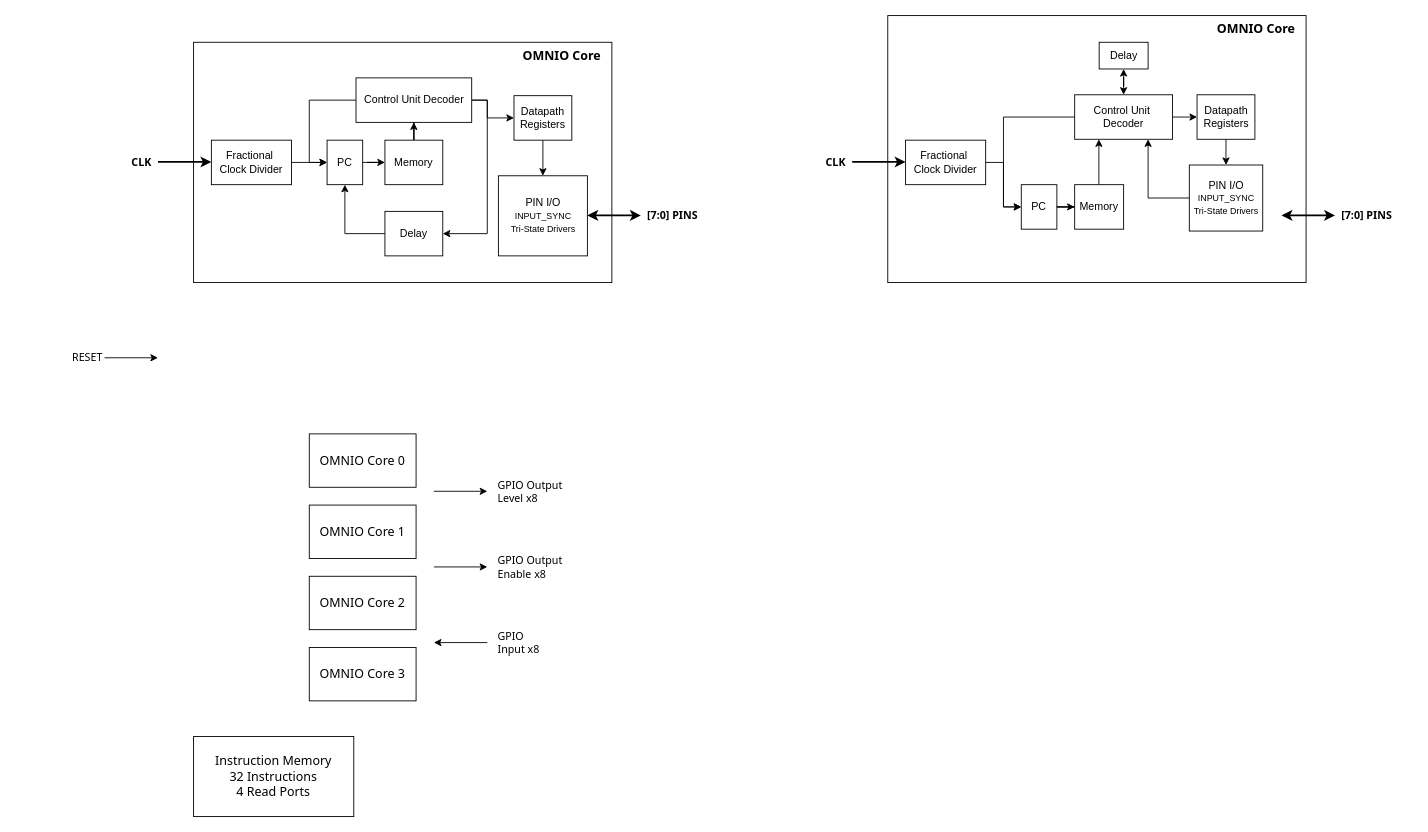
This is page "Page-1" (1 of 2) of docs/omnio-high-level-v2.drawio from jarnail01/omnio, a draw.io file, before an edit. Source tidied: cells renumbered, new cells numbered last; positions are measured from the earlier drawing's top-left corner, leaving out a move shared by most shapes. Both pictures are drawn from the tidied source at 89%, with x=0, y=0 at pixel (15, 15).
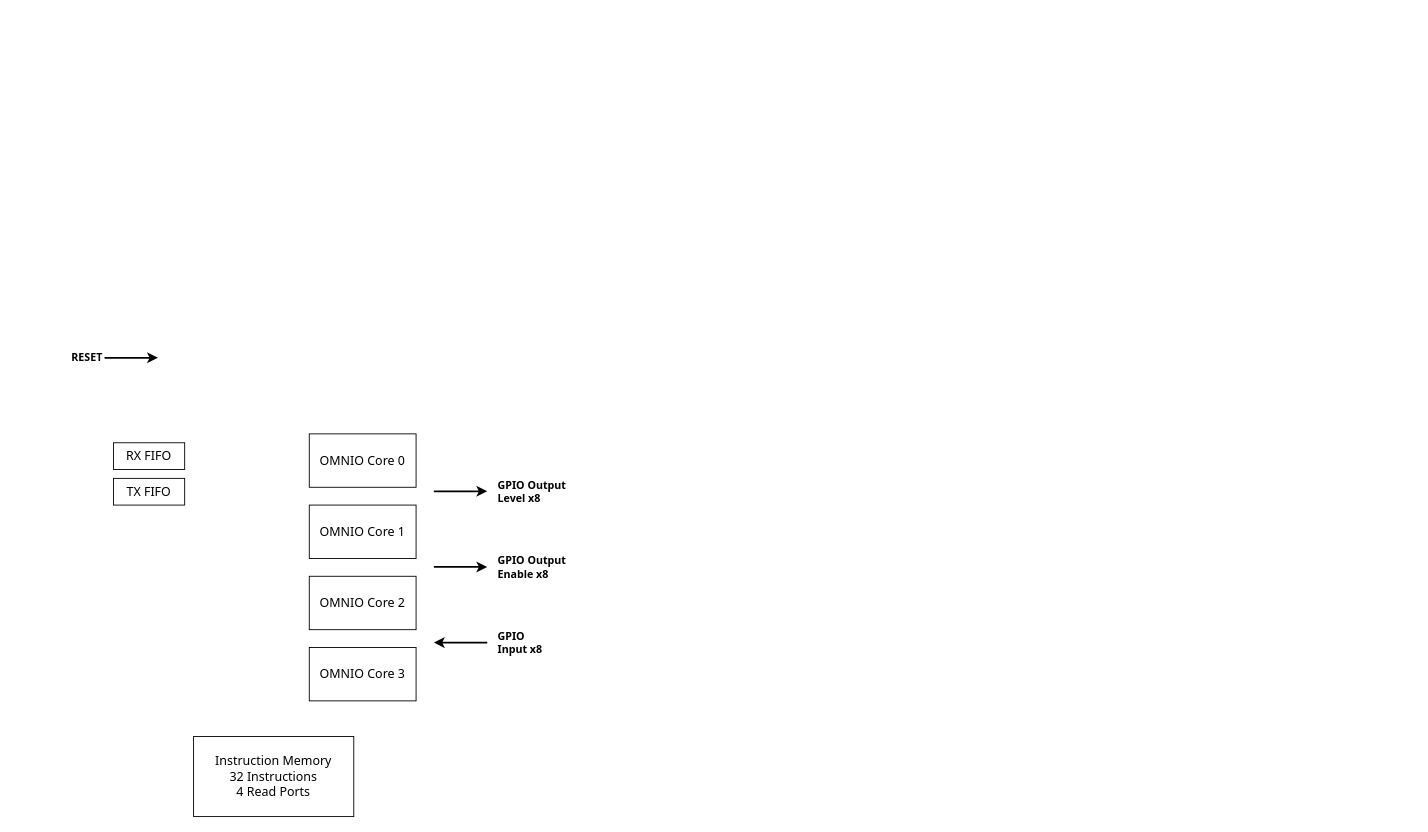
The same page after the edit.

The edit, as a diff of the source:
```diff
@@
-    <mxCell id="2" style="whiteSpace=wrap;html=1;" parent="1" vertex="1">
-      <mxGeometry x="980" width="470" height="300" as="geometry" />
-    </mxCell>
-    <mxCell id="3" style="group;" parent="1" vertex="1">
-      <mxGeometry x="200" y="30" width="470" height="270" as="geometry" />
-    </mxCell>
-    <mxCell id="4" style="whiteSpace=wrap;html=1;" parent="3" vertex="1">
-      <mxGeometry width="470" height="270" as="geometry" />
-    </mxCell>
-    <mxCell id="5" value="&lt;div align=&quot;right&quot;&gt;OMNIO Core&lt;/div&gt;" style="text;html=1;whiteSpace=wrap;strokeColor=none;fillColor=none;align=right;verticalAlign=middle;rounded=0;fontFamily=Tahoma;fontSize=14;spacingRight=10;fontStyle=1;" parent="3" vertex="1">
-      <mxGeometry x="330" width="140" height="30" as="geometry" />
-    </mxCell>
@@
-    <mxCell id="7" value="GPIO Output Level x8" style="text;html=1;whiteSpace=wrap;strokeColor=none;fillColor=none;align=left;verticalAlign=middle;rounded=0;fontFamily=Tahoma;spacing=2;" parent="1" vertex="1">
+    <mxCell id="7" value="GPIO Output Level x8" style="text;html=1;whiteSpace=wrap;strokeColor=none;fillColor=none;align=left;verticalAlign=middle;rounded=0;fontFamily=Tahoma;spacing=2;fontStyle=1;" parent="1" vertex="1">
       <mxGeometry x="540" y="520" width="100" height="30" as="geometry" />
     </mxCell>
-    <mxCell id="8" value="GPIO Output Enable x8" style="text;html=1;whiteSpace=wrap;strokeColor=none;fillColor=none;align=left;verticalAlign=middle;rounded=0;fontFamily=Tahoma;" parent="1" vertex="1">
+    <mxCell id="8" value="GPIO Output Enable x8" style="text;html=1;whiteSpace=wrap;strokeColor=none;fillColor=none;align=left;verticalAlign=middle;rounded=0;fontFamily=Tahoma;fontStyle=1;" parent="1" vertex="1">
       <mxGeometry x="540" y="605" width="100" height="30" as="geometry" />
     </mxCell>
-    <mxCell id="9" value="&lt;div&gt;GPIO&amp;nbsp;&lt;/div&gt;&lt;div&gt;Input&amp;nbsp;x8&lt;/div&gt;" style="text;html=1;whiteSpace=wrap;strokeColor=none;fillColor=none;align=left;verticalAlign=middle;rounded=0;fontFamily=Tahoma;" parent="1" vertex="1">
+    <mxCell id="9" value="&lt;div&gt;GPIO&amp;nbsp;&lt;/div&gt;&lt;div&gt;Input&amp;nbsp;x8&lt;/div&gt;" style="text;html=1;whiteSpace=wrap;strokeColor=none;fillColor=none;align=left;verticalAlign=middle;rounded=0;fontFamily=Tahoma;fontStyle=1;" parent="1" vertex="1">
       <mxGeometry x="540" y="690" width="100" height="30" as="geometry" />
     </mxCell>
@@
-    <mxCell id="15" style="endArrow=classic;html=1;rounded=0;" parent="1" edge="1">
+    <mxCell id="15" style="endArrow=classic;html=1;rounded=0;strokeWidth=2;" parent="1" edge="1">
       <mxGeometry relative="1" as="geometry">
         <mxPoint x="530" y="704.5" as="sourcePoint" />
         <mxPoint x="470" y="704.5" as="targetPoint" />
       </mxGeometry>
     </mxCell>
-    <mxCell id="16" style="endArrow=none;html=1;rounded=0;endFill=0;startArrow=classic;startFill=1;" parent="1" edge="1">
+    <mxCell id="16" style="endArrow=none;html=1;rounded=0;endFill=0;startArrow=classic;startFill=1;strokeWidth=2;" parent="1" edge="1">
       <mxGeometry relative="1" as="geometry">
         <mxPoint x="530" y="619.5" as="sourcePoint" />
         <mxPoint x="470" y="619.5" as="targetPoint" />
       </mxGeometry>
     </mxCell>
-    <mxCell id="17" style="endArrow=none;html=1;rounded=0;endFill=0;startArrow=classic;startFill=1;" parent="1" edge="1">
+    <mxCell id="17" style="endArrow=none;html=1;rounded=0;endFill=0;startArrow=classic;startFill=1;strokeWidth=2;" parent="1" edge="1">
       <mxGeometry relative="1" as="geometry">
         <mxPoint x="530" y="534.5" as="sourcePoint" />
         <mxPoint x="470" y="534.5" as="targetPoint" />
       </mxGeometry>
     </mxCell>
-    <mxCell id="18" style="edgeStyle=orthogonalEdgeStyle;rounded=0;jettySize=auto;html=1;exitX=1;exitY=0.5;exitDx=0;exitDy=0;entryX=0;entryY=0.5;entryDx=0;entryDy=0;" parent="1" edge="1" source="21" target="29">
-      <mxGeometry relative="1" as="geometry">
-        <Array as="points">
-          <mxPoint x="530" y="95" />
-          <mxPoint x="530" y="115" />
-        </Array>
-      </mxGeometry>
-    </mxCell>
-    <mxCell id="19" style="edgeStyle=orthogonalEdgeStyle;rounded=0;jettySize=auto;html=1;exitX=0;exitY=0.5;exitDx=0;exitDy=0;entryX=0;entryY=0.5;entryDx=0;entryDy=0;" parent="1" edge="1" source="21" target="25">
-      <mxGeometry relative="1" as="geometry" />
-    </mxCell>
-    <mxCell id="20" style="edgeStyle=orthogonalEdgeStyle;rounded=0;jettySize=auto;html=1;exitX=1;exitY=0.5;exitDx=0;exitDy=0;entryX=1;entryY=0.5;entryDx=0;entryDy=0;" parent="1" edge="1" source="21" target="27">
-      <mxGeometry relative="1" as="geometry">
-        <Array as="points">
-          <mxPoint x="530" y="95" />
-          <mxPoint x="530" y="245" />
-        </Array>
-      </mxGeometry>
-    </mxCell>
-    <mxCell id="21" value="Control Unit Decoder" style="rounded=0;whiteSpace=wrap;html=1;" parent="1" vertex="1">
-      <mxGeometry x="382.5" y="70" width="130" height="50" as="geometry" />
-    </mxCell>
-    <mxCell id="22" style="edgeStyle=orthogonalEdgeStyle;rounded=0;jettySize=auto;html=1;" parent="1" edge="1" source="23" target="21">
-      <mxGeometry relative="1" as="geometry" />
-    </mxCell>
-    <mxCell id="23" value="Memory" style="rounded=0;whiteSpace=wrap;html=1;" parent="1" vertex="1">
-      <mxGeometry x="415" y="140" width="65" height="50" as="geometry" />
-    </mxCell>
-    <mxCell id="24" style="edgeStyle=orthogonalEdgeStyle;rounded=0;jettySize=auto;html=1;" parent="1" edge="1" source="25" target="23">
-      <mxGeometry relative="1" as="geometry" />
-    </mxCell>
-    <mxCell id="25" value="PC" style="rounded=0;whiteSpace=wrap;html=1;" parent="1" vertex="1">
-      <mxGeometry x="350" y="140" width="40" height="50" as="geometry" />
-    </mxCell>
-    <mxCell id="26" style="edgeStyle=orthogonalEdgeStyle;rounded=0;jettySize=auto;html=1;entryX=0.5;entryY=1;entryDx=0;entryDy=0;" parent="1" edge="1" source="27" target="25">
-      <mxGeometry relative="1" as="geometry" />
-    </mxCell>
-    <mxCell id="27" value="Delay" style="rounded=0;whiteSpace=wrap;html=1;" parent="1" vertex="1">
-      <mxGeometry x="415" y="220" width="65" height="50" as="geometry" />
-    </mxCell>
-    <mxCell id="28" style="edgeStyle=orthogonalEdgeStyle;rounded=0;jettySize=auto;html=1;" parent="1" edge="1" source="29" target="36">
-      <mxGeometry relative="1" as="geometry" />
-    </mxCell>
-    <mxCell id="29" value="&lt;div&gt;Datapath&lt;/div&gt;&lt;div&gt;Registers&lt;/div&gt;" style="rounded=0;whiteSpace=wrap;html=1;" parent="1" vertex="1">
-      <mxGeometry x="560" y="90" width="65" height="50" as="geometry" />
-    </mxCell>
-    <mxCell id="30" value="[7:0] PINS" style="text;html=1;whiteSpace=wrap;strokeColor=none;fillColor=none;align=left;verticalAlign=middle;rounded=0;fontFamily=Tahoma;spacing=2;fontStyle=1;" parent="1" vertex="1">
-      <mxGeometry x="707.5" y="210" width="82.5" height="30" as="geometry" />
-    </mxCell>
-    <mxCell id="31" style="endArrow=classic;html=1;rounded=0;startArrow=classic;startFill=1;strokeWidth=2;" parent="1" edge="1">
-      <mxGeometry relative="1" as="geometry">
-        <mxPoint x="702.5" y="224.5" as="sourcePoint" />
-        <mxPoint x="642.5" y="224.5" as="targetPoint" />
-      </mxGeometry>
-    </mxCell>
-    <mxCell id="32" style="endArrow=none;html=1;rounded=0;endFill=0;startArrow=classic;startFill=1;strokeWidth=2;" parent="1" edge="1">
-      <mxGeometry relative="1" as="geometry">
-        <mxPoint x="220" y="164.5" as="sourcePoint" />
-        <mxPoint x="160" y="164.5" as="targetPoint" />
-      </mxGeometry>
-    </mxCell>
-    <mxCell id="33" style="endArrow=none;html=1;rounded=0;endFill=0;startArrow=classic;startFill=1;" parent="1" edge="1">
+    <mxCell id="33" style="endArrow=none;html=1;rounded=0;endFill=0;startArrow=classic;startFill=1;strokeWidth=2;" parent="1" edge="1">
       <mxGeometry relative="1" as="geometry">
         <mxPoint x="160" y="384.5" as="sourcePoint" />
         <mxPoint x="100" y="384.5" as="targetPoint" />
       </mxGeometry>
     </mxCell>
-    <mxCell id="34" value="&lt;div align=&quot;right&quot;&gt;RESET&lt;/div&gt;" style="text;html=1;whiteSpace=wrap;strokeColor=none;fillColor=none;align=right;verticalAlign=middle;rounded=0;fontFamily=Tahoma;spacing=2;" parent="1" vertex="1">
+    <mxCell id="34" value="&lt;div align=&quot;right&quot;&gt;RESET&lt;/div&gt;" style="text;html=1;whiteSpace=wrap;strokeColor=none;fillColor=none;align=right;verticalAlign=middle;rounded=0;fontFamily=Tahoma;spacing=2;fontStyle=1;" parent="1" vertex="1">
       <mxGeometry y="370" width="100" height="30" as="geometry" />
     </mxCell>
-    <mxCell id="35" value="CLK" style="text;html=1;whiteSpace=wrap;strokeColor=none;fillColor=none;align=right;verticalAlign=middle;rounded=0;fontFamily=Tahoma;spacing=2;fontStyle=1;" parent="1" vertex="1">
-      <mxGeometry x="100" y="150" width="55" height="30" as="geometry" />
-    </mxCell>
-    <mxCell id="36" value="&lt;div&gt;PIN I/O&lt;/div&gt;&lt;div&gt;&lt;font style=&quot;font-size: 10px;&quot;&gt;INPUT_SYNC&lt;/font&gt;&lt;/div&gt;&lt;div&gt;&lt;font style=&quot;font-size: 10px;&quot;&gt;Tri-State Drivers&lt;/font&gt;&lt;/div&gt;" style="rounded=0;whiteSpace=wrap;html=1;" parent="1" vertex="1">
-      <mxGeometry x="542.5" y="180" width="100" height="90" as="geometry" />
-    </mxCell>
-    <mxCell id="37" style="edgeStyle=orthogonalEdgeStyle;rounded=0;jettySize=auto;html=1;" parent="1" edge="1" source="38" target="25">
-      <mxGeometry relative="1" as="geometry" />
-    </mxCell>
-    <mxCell id="38" value="&lt;div&gt;Fractional&amp;nbsp;&lt;/div&gt;&lt;div&gt;Clock Divider&lt;/div&gt;" style="rounded=0;whiteSpace=wrap;html=1;" parent="1" vertex="1">
-      <mxGeometry x="220" y="140" width="90" height="50" as="geometry" />
-    </mxCell>
-    <mxCell id="39" style="edgeStyle=orthogonalEdgeStyle;rounded=0;jettySize=auto;html=1;exitX=1;exitY=0.5;exitDx=0;exitDy=0;entryX=0;entryY=0.5;entryDx=0;entryDy=0;" parent="1" edge="1" source="42" target="57">
-      <mxGeometry relative="1" as="geometry" />
-    </mxCell>
-    <mxCell id="40" style="edgeStyle=orthogonalEdgeStyle;rounded=0;jettySize=auto;html=1;exitX=0;exitY=0.5;exitDx=0;exitDy=0;entryX=0;entryY=0.5;entryDx=0;entryDy=0;" parent="1" edge="1" source="42" target="54">
-      <mxGeometry relative="1" as="geometry" />
-    </mxCell>
-    <mxCell id="41" style="edgeStyle=orthogonalEdgeStyle;rounded=0;jettySize=auto;html=1;startArrow=classic;startFill=1;" parent="1" edge="1" source="42" target="58">
-      <mxGeometry relative="1" as="geometry" />
-    </mxCell>
-    <mxCell id="42" value="&lt;div&gt;Control Unit&amp;nbsp;&lt;/div&gt;&lt;div&gt;Decoder&lt;/div&gt;" style="rounded=0;whiteSpace=wrap;html=1;" parent="1" vertex="1">
-      <mxGeometry x="1190" y="89" width="110" height="50" as="geometry" />
-    </mxCell>
-    <mxCell id="43" style="edgeStyle=orthogonalEdgeStyle;rounded=0;orthogonalLoop=1;jettySize=auto;html=1;" parent="1" edge="1">
-      <mxGeometry relative="1" as="geometry">
-        <mxPoint x="1217.2" y="190" as="sourcePoint" />
-        <mxPoint x="1217.2" y="139" as="targetPoint" />
-        <Array as="points">
-          <mxPoint x="1217.2" y="140" />
-          <mxPoint x="1217.2" y="140" />
-        </Array>
-      </mxGeometry>
-    </mxCell>
-    <mxCell id="44" style="edgeStyle=orthogonalEdgeStyle;rounded=0;jettySize=auto;html=1;" parent="1" edge="1" source="57" target="50">
-      <mxGeometry relative="1" as="geometry" />
-    </mxCell>
-    <mxCell id="45" value="[7:0] PINS" style="text;html=1;whiteSpace=wrap;strokeColor=none;fillColor=none;align=left;verticalAlign=middle;rounded=0;fontFamily=Tahoma;spacing=2;fontStyle=1;" parent="1" vertex="1">
-      <mxGeometry x="1487.5" y="210" width="82.5" height="30" as="geometry" />
-    </mxCell>
-    <mxCell id="46" style="endArrow=classic;html=1;rounded=0;startArrow=classic;startFill=1;strokeWidth=2;" parent="1" edge="1">
-      <mxGeometry relative="1" as="geometry">
-        <mxPoint x="1482.5" y="224.5" as="sourcePoint" />
-        <mxPoint x="1422.5" y="224.5" as="targetPoint" />
-      </mxGeometry>
-    </mxCell>
-    <mxCell id="47" style="endArrow=none;html=1;rounded=0;endFill=0;startArrow=classic;startFill=1;strokeWidth=2;" parent="1" edge="1">
-      <mxGeometry relative="1" as="geometry">
-        <mxPoint x="1000" y="164.5" as="sourcePoint" />
-        <mxPoint x="940" y="164.5" as="targetPoint" />
-      </mxGeometry>
-    </mxCell>
-    <mxCell id="48" value="CLK" style="text;html=1;whiteSpace=wrap;strokeColor=none;fillColor=none;align=right;verticalAlign=middle;rounded=0;fontFamily=Tahoma;spacing=2;fontStyle=1;" parent="1" vertex="1">
-      <mxGeometry x="880" y="150" width="55" height="30" as="geometry" />
-    </mxCell>
-    <mxCell id="49" style="edgeStyle=orthogonalEdgeStyle;rounded=0;jettySize=auto;html=1;exitX=0;exitY=0.5;exitDx=0;exitDy=0;entryX=0.75;entryY=1;entryDx=0;entryDy=0;" parent="1" edge="1" source="50" target="42">
-      <mxGeometry relative="1" as="geometry" />
-    </mxCell>
-    <mxCell id="50" value="&lt;div&gt;PIN I/O&lt;/div&gt;&lt;div&gt;&lt;font style=&quot;font-size: 10px;&quot;&gt;INPUT_SYNC&lt;/font&gt;&lt;/div&gt;&lt;div&gt;&lt;font style=&quot;font-size: 10px;&quot;&gt;Tri-State Drivers&lt;/font&gt;&lt;/div&gt;" style="rounded=0;whiteSpace=wrap;html=1;" parent="1" vertex="1">
-      <mxGeometry x="1318.8" y="167.9" width="82.5" height="74.2" as="geometry" />
-    </mxCell>
-    <mxCell id="51" style="edgeStyle=orthogonalEdgeStyle;rounded=0;jettySize=auto;html=1;" parent="1" edge="1" source="52" target="54">
-      <mxGeometry relative="1" as="geometry" />
-    </mxCell>
-    <mxCell id="52" value="&lt;div&gt;Fractional&amp;nbsp;&lt;/div&gt;&lt;div&gt;Clock Divider&lt;/div&gt;" style="rounded=0;whiteSpace=wrap;html=1;" parent="1" vertex="1">
-      <mxGeometry x="1000" y="140" width="90" height="50" as="geometry" />
-    </mxCell>
-    <mxCell id="53" value="&lt;div align=&quot;right&quot;&gt;OMNIO Core&lt;/div&gt;" style="text;html=1;whiteSpace=wrap;strokeColor=none;fillColor=none;align=right;verticalAlign=middle;rounded=0;fontFamily=Tahoma;fontSize=14;spacingRight=10;fontStyle=1;" parent="1" vertex="1">
-      <mxGeometry x="1310" width="140" height="30" as="geometry" />
-    </mxCell>
-    <mxCell id="54" value="PC" style="rounded=0;whiteSpace=wrap;html=1;" parent="1" vertex="1">
-      <mxGeometry x="1130" y="190" width="40" height="50" as="geometry" />
-    </mxCell>
-    <mxCell id="55" value="Memory" style="rounded=0;whiteSpace=wrap;html=1;" parent="1" vertex="1">
-      <mxGeometry x="1190" y="190" width="55" height="50" as="geometry" />
-    </mxCell>
-    <mxCell id="56" style="edgeStyle=orthogonalEdgeStyle;rounded=0;jettySize=auto;html=1;" parent="1" edge="1" source="54" target="55">
-      <mxGeometry relative="1" as="geometry" />
-    </mxCell>
-    <mxCell id="57" value="&lt;div&gt;Datapath&lt;/div&gt;&lt;div&gt;Registers&lt;/div&gt;" style="rounded=0;whiteSpace=wrap;html=1;" parent="1" vertex="1">
-      <mxGeometry x="1327.5" y="89" width="65" height="50" as="geometry" />
-    </mxCell>
-    <mxCell id="58" value="Delay" style="rounded=0;whiteSpace=wrap;html=1;" parent="1" vertex="1">
-      <mxGeometry x="1217.5" y="30" width="55" height="30" as="geometry" />
-    </mxCell>
+    <mxCell id="59" value="RX FIFO" style="rounded=0;whiteSpace=wrap;html=1;fontFamily=Tahoma;fontSize=14;" parent="1" vertex="1">
+      <mxGeometry x="110" y="480" width="80" height="30" as="geometry" />
+    </mxCell>
+    <mxCell id="60" value="TX FIFO" style="rounded=0;whiteSpace=wrap;html=1;fontFamily=Tahoma;fontSize=14;" parent="1" vertex="1">
+      <mxGeometry x="110" y="520" width="80" height="30" as="geometry" />
+    </mxCell>
```
